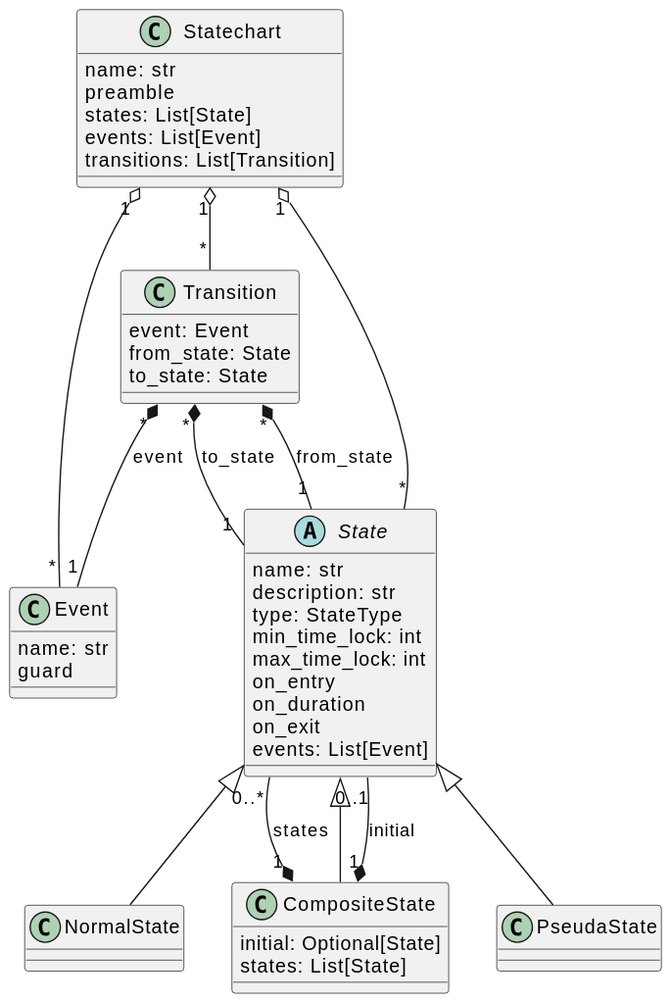
Above: HEAD/_images/meta.puml.svg in HansBug/pyfcstm (PlantUML), before the change. The source it was exported from:
```plantuml
@startuml
abstract class State {
    name: str
    description: str
    type: StateType
    min_time_lock: int
    max_time_lock: int
    on_entry
    on_duration
    on_exit
    events: List[Event]
}

CompositeState -up-|> State

class CompositeState {
    initial: Optional[State]
    states: List[State]
}

CompositeState "1" *-- "0..1" State : initial
CompositeState "1" *-- "0..*" State : states

NormalState -up-|> State

class NormalState {
}

PseudaState -up-|> State

class PseudaState {

}

class Event {
    name: str
    guard
}

class Transition {
    event: Event
    from_state: State
    to_state: State
}
Transition "*" *-- "1" State : from_state
Transition "*" *-- "1" State : to_state
Transition "*" *-- "1" Event : event

class Statechart {
    name: str
    preamble
    states: List[State]
    events: List[Event]
    transitions: List[Transition]
}

Statechart "1" o-- "*" State
Statechart "1" o-- "*" Event
Statechart "1" o-- "*" Transition
@enduml
```
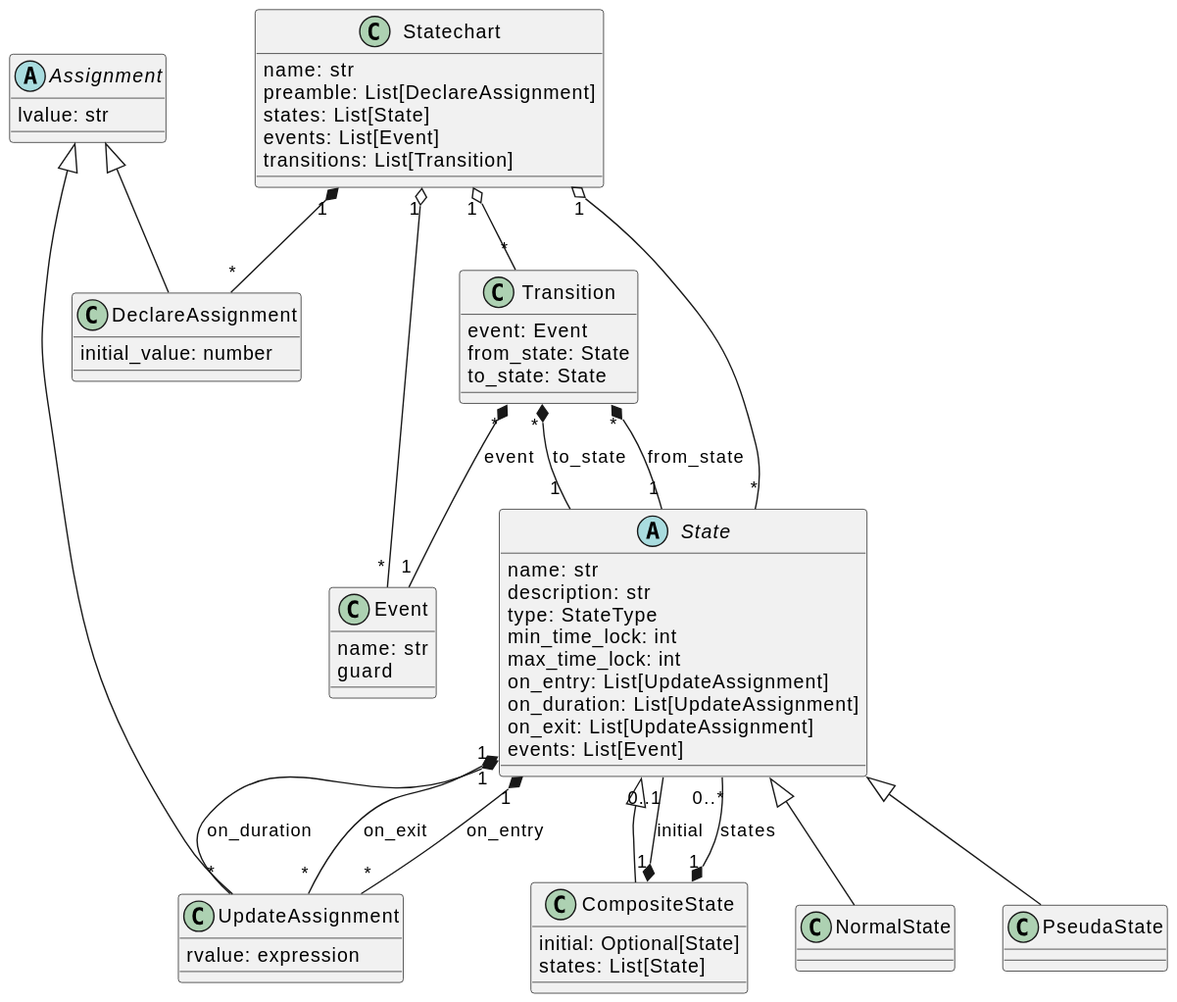
Later version of the same file.

The edit, as a diff of the source:
```diff
@@ -5,11 +5,15 @@
     type: StateType
     min_time_lock: int
     max_time_lock: int
-    on_entry
-    on_duration
-    on_exit
+    on_entry: List[UpdateAssignment]
+    on_duration: List[UpdateAssignment]
+    on_exit: List[UpdateAssignment]
     events: List[Event]
 }
+
+State "1" *-- "*" UpdateAssignment: on_entry
+State "1" *-- "*" UpdateAssignment: on_duration
+State "1" *-- "*" UpdateAssignment: on_exit
 
 CompositeState -up-|> State
 
@@ -48,13 +52,30 @@
 
 class Statechart {
     name: str
-    preamble
+    preamble: List[DeclareAssignment]
     states: List[State]
     events: List[Event]
     transitions: List[Transition]
 }
 
+Statechart "1" *-- "*" DeclareAssignment
 Statechart "1" o-- "*" State
 Statechart "1" o-- "*" Event
 Statechart "1" o-- "*" Transition
+
+abstract class Assignment {
+    lvalue: str
+}
+
+class DeclareAssignment {
+    initial_value: number
+}
+
+DeclareAssignment -up-|> Assignment
+
+class UpdateAssignment {
+    rvalue: expression
+}
+
+UpdateAssignment -up-|> Assignment
 @enduml
```
